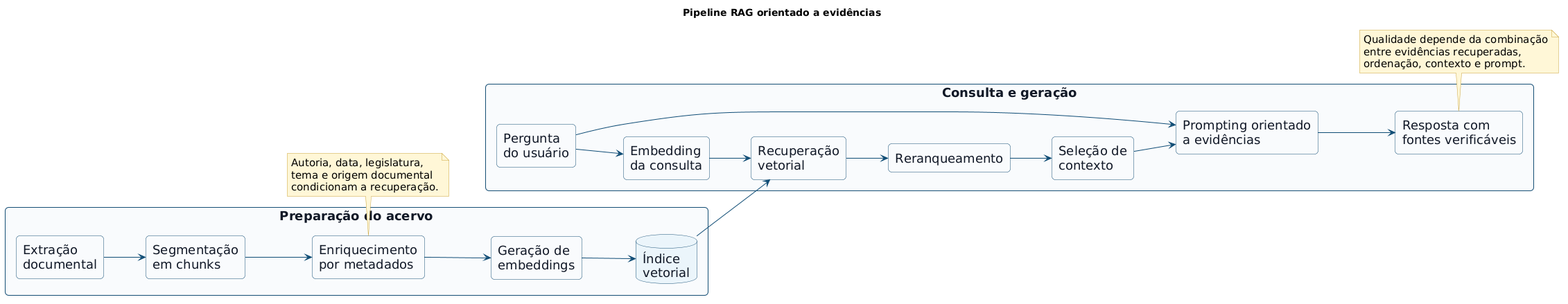
fabriciosantana/idp-marp-slides keeps this PlantUML diagram as subjects/chatbot-rag/images/rag-pipeline.png. Above is the earlier version. The source it was exported from:
```plantuml
@startuml
title Pipeline RAG orientado a evidências

left to right direction

skinparam shadowing false
skinparam backgroundColor transparent
skinparam defaultFontSize 18
skinparam defaultFontName "Helvetica"
skinparam rectangle {
  BackgroundColor #F8FAFC
  BorderColor #154E75
  FontColor #111827
  RoundCorner 10
}
skinparam database {
  BackgroundColor #EAF4FA
  BorderColor #154E75
  FontColor #111827
}
skinparam note {
  BackgroundColor #FFF7D6
  BorderColor #C8A23A
  FontSize 15
}
skinparam ArrowColor #0F4C75
skinparam ArrowFontSize 15
skinparam ArrowFontColor #111827

rectangle "Preparação do acervo" as ingestao {
  rectangle "Extração\ndocumental" as extracao
  rectangle "Segmentação\nem chunks" as chunks
  rectangle "Enriquecimento\npor metadados" as metadados
  rectangle "Geração de\nembeddings" as embeddings
  database "Índice\nvetorial" as indice
}

rectangle "Consulta e geração" as consulta {
  rectangle "Pergunta\ndo usuário" as pergunta
  rectangle "Embedding\nda consulta" as consulta_embedding
  rectangle "Recuperação\nvetorial" as recuperacao
  rectangle "Reranqueamento" as rerank
  rectangle "Seleção de\ncontexto" as contexto
  rectangle "Prompting orientado\na evidências" as prompt
  rectangle "Resposta com\nfontes verificáveis" as resposta
}

extracao --> chunks
chunks --> metadados
metadados --> embeddings
embeddings --> indice

pergunta --> consulta_embedding
consulta_embedding --> recuperacao
indice --> recuperacao
recuperacao --> rerank
rerank --> contexto
contexto --> prompt
pergunta --> prompt
prompt --> resposta

note bottom of metadados
  Autoria, data, legislatura,
  tema e origem documental
  condicionam a recuperação.
end note

note bottom of resposta
  Qualidade depende da combinação
  entre evidências recuperadas,
  ordenação, contexto e prompt.
end note

@enduml
```
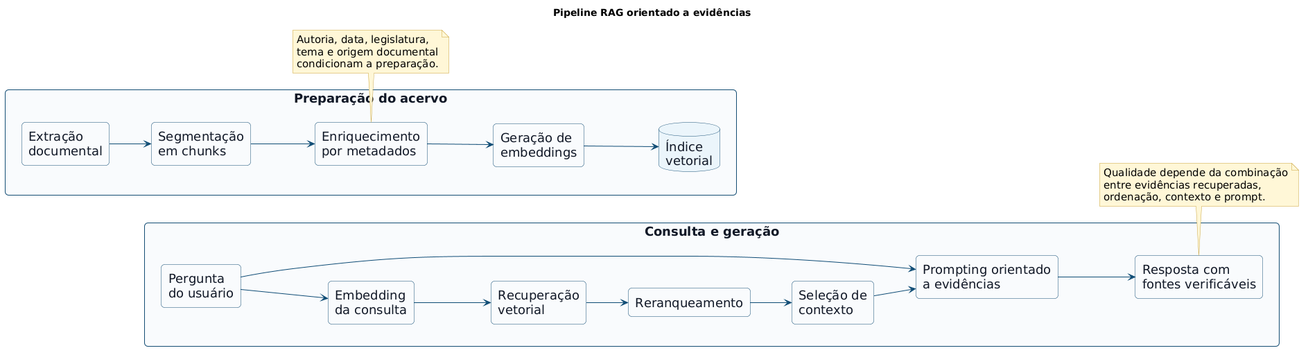
After the change.

What changed in the source:
```diff
@@ -45,6 +45,8 @@
   rectangle "Resposta com\nfontes verificáveis" as resposta
 }
 
+ingestao -[hidden]down- consulta
+
 extracao --> chunks
 chunks --> metadados
 metadados --> embeddings
@@ -52,7 +54,6 @@
 
 pergunta --> consulta_embedding
 consulta_embedding --> recuperacao
-indice --> recuperacao
 recuperacao --> rerank
 rerank --> contexto
 contexto --> prompt
@@ -62,7 +63,7 @@
 note bottom of metadados
   Autoria, data, legislatura,
   tema e origem documental
-  condicionam a recuperação.
+  condicionam a preparação.
 end note
 
 note bottom of resposta
```
